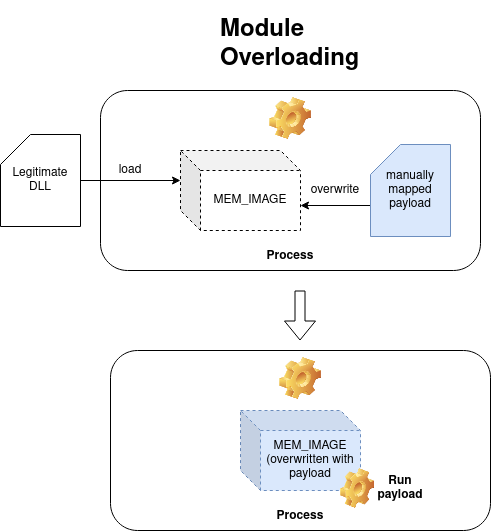
This is docs/img/module_overload.png from hasherezade/module_overloading, a draw.io export, as it was before one commit. Source tidied: cells renumbered, new cells last; positions are measured from the earlier drawing's top-left corner, leaving out a move shared by most shapes. Its diagram source:
```xml
<mxGraphModel>
  <root>
    <mxCell id="0" />
    <mxCell id="1" parent="0" />
    <mxCell id="2" value="&lt;h1&gt;Module Overloading&lt;br&gt;&lt;/h1&gt;&lt;p&gt;&lt;br&gt;&lt;/p&gt;" style="text;html=1;strokeColor=none;fillColor=none;spacing=5;spacingTop=-20;whiteSpace=wrap;overflow=hidden;rounded=0;dashed=1;" parent="1" vertex="1">
      <mxGeometry x="215" width="190" height="70" as="geometry" />
    </mxCell>
    <mxCell id="3" value="Process" style="label;whiteSpace=wrap;html=1;align=center;verticalAlign=bottom;spacingLeft=0;spacingBottom=4;imageAlign=center;imageVerticalAlign=top;image=img/clipart/Gear_128x128.png;" parent="1" vertex="1">
      <mxGeometry x="100" y="80" width="380" height="180" as="geometry" />
    </mxCell>
    <mxCell id="4" value="MEM_IMAGE" style="shape=cube;whiteSpace=wrap;html=1;boundedLbl=1;backgroundOutline=1;darkOpacity=0.05;darkOpacity2=0.1;dashed=1;" parent="1" vertex="1">
      <mxGeometry x="180" y="140" width="120" height="80" as="geometry" />
    </mxCell>
    <mxCell id="5" style="edgeStyle=orthogonalEdgeStyle;rounded=0;jettySize=auto;html=1;entryX=0;entryY=0;entryDx=0;entryDy=30;entryPerimeter=0;" parent="1" edge="1" source="6" target="4">
      <mxGeometry relative="1" as="geometry" />
    </mxCell>
    <mxCell id="6" value="Legitimate DLL" style="shape=card;whiteSpace=wrap;html=1;strokeColor=#000000;" parent="1" vertex="1">
      <mxGeometry y="124" width="80" height="92" as="geometry" />
    </mxCell>
    <mxCell id="7" style="edgeStyle=orthogonalEdgeStyle;rounded=0;orthogonalLoop=1;jettySize=auto;html=1;exitX=0.5;exitY=1;exitDx=0;exitDy=0;" parent="1" edge="1" source="3" target="3">
      <mxGeometry relative="1" as="geometry" />
    </mxCell>
    <mxCell id="8" style="edgeStyle=orthogonalEdgeStyle;rounded=0;jettySize=auto;html=1;exitX=0;exitY=0;exitDx=0;exitDy=61;exitPerimeter=0;" parent="1" edge="1" source="9">
      <mxGeometry relative="1" as="geometry">
        <mxPoint x="300" y="195" as="targetPoint" />
      </mxGeometry>
    </mxCell>
    <mxCell id="9" value="manually mapped payload" style="shape=card;whiteSpace=wrap;html=1;strokeColor=#6c8ebf;fillColor=#dae8fc;" parent="1" vertex="1">
      <mxGeometry x="370" y="134" width="80" height="92" as="geometry" />
    </mxCell>
    <mxCell id="10" style="group;" parent="1" vertex="1">
      <mxGeometry x="110" y="340" width="380" height="180" as="geometry" />
    </mxCell>
    <mxCell id="11" value="Process" style="label;whiteSpace=wrap;html=1;align=center;verticalAlign=bottom;spacingLeft=0;spacingBottom=4;imageAlign=center;imageVerticalAlign=top;image=img/clipart/Gear_128x128.png;" parent="10" vertex="1">
      <mxGeometry width="380" height="180" as="geometry" />
    </mxCell>
    <mxCell id="12" value="&lt;div&gt;MEM_IMAGE&lt;/div&gt;&lt;div&gt;(overwritten with payload&lt;br&gt;&lt;/div&gt;" style="shape=cube;whiteSpace=wrap;html=1;boundedLbl=1;backgroundOutline=1;darkOpacity=0.05;darkOpacity2=0.1;dashed=1;fillColor=#dae8fc;strokeColor=#6c8ebf;" parent="10" vertex="1">
      <mxGeometry x="130" y="60" width="120" height="80" as="geometry" />
    </mxCell>
    <mxCell id="13" style="shape=image;html=1;verticalLabelPosition=bottom;verticalAlign=top;imageAspect=1;image=img/clipart/Gear_128x128.png;dashed=1;strokeColor=#000000;" parent="10" vertex="1">
      <mxGeometry x="230" y="118" width="34.1" height="40" as="geometry" />
    </mxCell>
    <mxCell id="14" value="&lt;b&gt;Run payload&lt;/b&gt;" style="text;html=1;strokeColor=none;fillColor=none;align=center;verticalAlign=middle;whiteSpace=wrap;rounded=0;dashed=1;" parent="10" vertex="1">
      <mxGeometry x="270" y="128" width="40" height="20" as="geometry" />
    </mxCell>
    <mxCell id="15" style="shape=flexArrow;endArrow=classic;html=1;" parent="1" edge="1">
      <mxGeometry relative="1" as="geometry">
        <mxPoint x="299.5" y="280" as="sourcePoint" />
        <mxPoint x="299.5" y="330" as="targetPoint" />
      </mxGeometry>
    </mxCell>
    <mxCell id="16" value="load" style="text;html=1;strokeColor=none;fillColor=none;align=center;verticalAlign=middle;whiteSpace=wrap;rounded=0;dashed=1;" parent="1" vertex="1">
      <mxGeometry x="110" y="150" width="40" height="20" as="geometry" />
    </mxCell>
    <mxCell id="17" value="overwrite" style="text;html=1;strokeColor=none;fillColor=none;align=center;verticalAlign=middle;whiteSpace=wrap;rounded=0;dashed=1;" parent="1" vertex="1">
      <mxGeometry x="310" y="170" width="50" height="20" as="geometry" />
    </mxCell>
  </root>
</mxGraphModel>
```
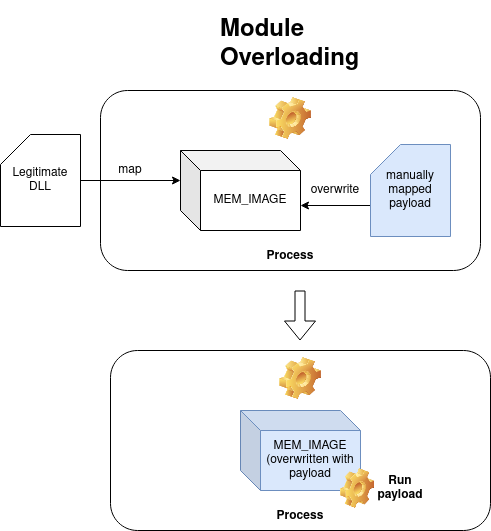
The same diagram one commit later.

Commit message:
[NOBIN] Replaced a diagram

Diff of the diagram source:
```diff
@@ -8,7 +8,7 @@
     <mxCell id="3" value="Process" style="label;whiteSpace=wrap;html=1;align=center;verticalAlign=bottom;spacingLeft=0;spacingBottom=4;imageAlign=center;imageVerticalAlign=top;image=img/clipart/Gear_128x128.png;" parent="1" vertex="1">
       <mxGeometry x="100" y="80" width="380" height="180" as="geometry" />
     </mxCell>
-    <mxCell id="4" value="MEM_IMAGE" style="shape=cube;whiteSpace=wrap;html=1;boundedLbl=1;backgroundOutline=1;darkOpacity=0.05;darkOpacity2=0.1;dashed=1;" parent="1" vertex="1">
+    <mxCell id="4" value="MEM_IMAGE" style="shape=cube;whiteSpace=wrap;html=1;boundedLbl=1;backgroundOutline=1;darkOpacity=0.05;darkOpacity2=0.1;" parent="1" vertex="1">
       <mxGeometry x="180" y="140" width="120" height="80" as="geometry" />
     </mxCell>
     <mxCell id="5" style="edgeStyle=orthogonalEdgeStyle;rounded=0;jettySize=auto;html=1;entryX=0;entryY=0;entryDx=0;entryDy=30;entryPerimeter=0;" parent="1" edge="1" source="6" target="4">
@@ -34,7 +34,7 @@
     <mxCell id="11" value="Process" style="label;whiteSpace=wrap;html=1;align=center;verticalAlign=bottom;spacingLeft=0;spacingBottom=4;imageAlign=center;imageVerticalAlign=top;image=img/clipart/Gear_128x128.png;" parent="10" vertex="1">
       <mxGeometry width="380" height="180" as="geometry" />
     </mxCell>
-    <mxCell id="12" value="&lt;div&gt;MEM_IMAGE&lt;/div&gt;&lt;div&gt;(overwritten with payload&lt;br&gt;&lt;/div&gt;" style="shape=cube;whiteSpace=wrap;html=1;boundedLbl=1;backgroundOutline=1;darkOpacity=0.05;darkOpacity2=0.1;dashed=1;fillColor=#dae8fc;strokeColor=#6c8ebf;" parent="10" vertex="1">
+    <mxCell id="12" value="&lt;div&gt;MEM_IMAGE&lt;/div&gt;&lt;div&gt;(overwritten with payload&lt;br&gt;&lt;/div&gt;" style="shape=cube;whiteSpace=wrap;html=1;boundedLbl=1;backgroundOutline=1;darkOpacity=0.05;darkOpacity2=0.1;fillColor=#dae8fc;strokeColor=#6c8ebf;" parent="10" vertex="1">
       <mxGeometry x="130" y="60" width="120" height="80" as="geometry" />
     </mxCell>
     <mxCell id="13" style="shape=image;html=1;verticalLabelPosition=bottom;verticalAlign=top;imageAspect=1;image=img/clipart/Gear_128x128.png;dashed=1;strokeColor=#000000;" parent="10" vertex="1">
@@ -49,7 +49,7 @@
         <mxPoint x="299.5" y="330" as="targetPoint" />
       </mxGeometry>
     </mxCell>
-    <mxCell id="16" value="load" style="text;html=1;strokeColor=none;fillColor=none;align=center;verticalAlign=middle;whiteSpace=wrap;rounded=0;dashed=1;" parent="1" vertex="1">
+    <mxCell id="16" value="map" style="text;html=1;strokeColor=none;fillColor=none;align=center;verticalAlign=middle;whiteSpace=wrap;rounded=0;dashed=1;" parent="1" vertex="1">
       <mxGeometry x="110" y="150" width="40" height="20" as="geometry" />
     </mxCell>
     <mxCell id="17" value="overwrite" style="text;html=1;strokeColor=none;fillColor=none;align=center;verticalAlign=middle;whiteSpace=wrap;rounded=0;dashed=1;" parent="1" vertex="1">
```
